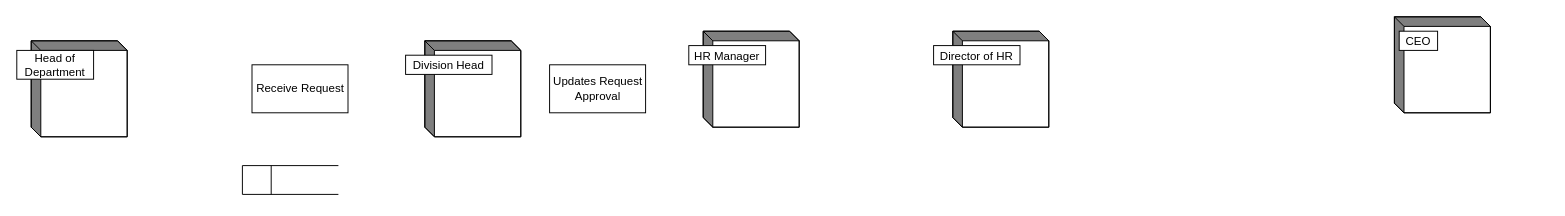
This is BCCKdataflow.drawio from LastMinuteBanter/DistinctionTaskUML, a draw.io file, before an edit. Source tidied: cells renumbered, new cells numbered last; positions are measured from the earlier drawing's top-left corner, leaving out a move shared by most shapes. Both pictures are drawn from the tidied source at 96%, with x=0, y=0 at pixel (31, 16).
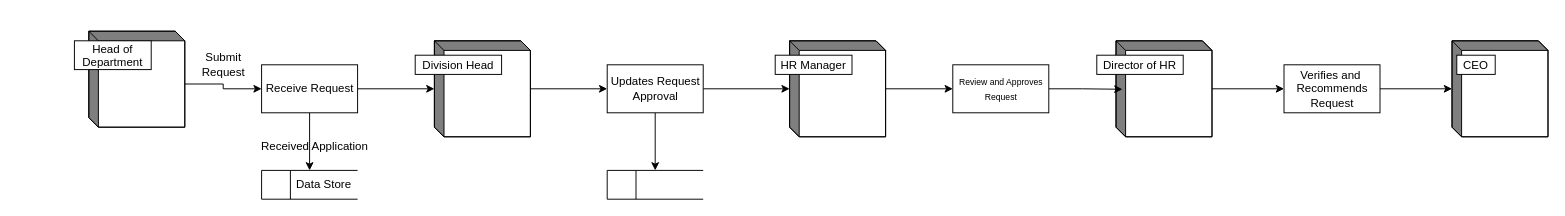
The same diagram, later.

The edit, as a diff of the source:
```diff
@@
     <mxCell id="2" style="html=1;dashed=0;whitespace=wrap;shape=mxgraph.dfd.dataStoreID;align=left;spacingLeft=3;points=[[0,0],[0.5,0],[1,0],[0,0.5],[1,0.5],[0,1],[0.5,1],[1,1]];" parent="1" vertex="1">
-      <mxGeometry x="220" y="155" width="100" height="30" as="geometry" />
+      <mxGeometry x="240" y="160" width="100" height="30" as="geometry" />
     </mxCell>
+    <mxCell id="15" style="edgeStyle=orthogonalEdgeStyle;rounded=0;jettySize=auto;html=1;exitX=0;exitY=0;exitDx=100;exitDy=55;exitPerimeter=0;" parent="1" edge="1" source="3" target="5">
+      <mxGeometry relative="1" as="geometry" />
+    </mxCell>
     <mxCell id="3" style="html=1;dashed=0;whitespace=wrap;shape=mxgraph.dfd.externalEntity;" parent="1" vertex="1">
-      <mxGeometry y="25" width="100" height="100" as="geometry" />
+      <mxGeometry x="60" y="15" width="100" height="100" as="geometry" />
     </mxCell>
@@
+    <mxCell id="16" style="edgeStyle=orthogonalEdgeStyle;rounded=0;jettySize=auto;html=1;" parent="1" edge="1" source="5" target="6">
+      <mxGeometry relative="1" as="geometry" />
+    </mxCell>
+    <mxCell id="17" style="edgeStyle=orthogonalEdgeStyle;rounded=0;jettySize=auto;html=1;entryX=0.5;entryY=0;entryDx=0;entryDy=0;" parent="1" edge="1" source="5" target="2">
+      <mxGeometry relative="1" as="geometry" />
+    </mxCell>
     <mxCell id="5" value="Receive Request" style="html=1;dashed=0;whitespace=wrap;" parent="1" vertex="1">
-      <mxGeometry x="230" y="50" width="100" height="50" as="geometry" />
+      <mxGeometry x="240" y="50" width="100" height="50" as="geometry" />
     </mxCell>
+    <mxCell id="18" style="edgeStyle=orthogonalEdgeStyle;rounded=0;jettySize=auto;html=1;entryX=0;entryY=0.5;entryDx=0;entryDy=0;" parent="1" edge="1" source="6" target="14">
+      <mxGeometry relative="1" as="geometry" />
+    </mxCell>
     <mxCell id="6" style="html=1;dashed=0;whitespace=wrap;shape=mxgraph.dfd.externalEntity;" parent="1" vertex="1">
-      <mxGeometry x="410" y="25" width="100" height="100" as="geometry" />
+      <mxGeometry x="420" y="25" width="100" height="100" as="geometry" />
     </mxCell>
@@
+    <mxCell id="19" style="edgeStyle=orthogonalEdgeStyle;rounded=0;jettySize=auto;html=1;entryX=0;entryY=0.5;entryDx=0;entryDy=0;" parent="1" edge="1" source="8" target="24">
+      <mxGeometry relative="1" as="geometry" />
+    </mxCell>
     <mxCell id="8" style="html=1;dashed=0;whitespace=wrap;shape=mxgraph.dfd.externalEntity;" parent="1" vertex="1">
-      <mxGeometry x="700" y="15" width="100" height="100" as="geometry" />
+      <mxGeometry x="790" y="25" width="100" height="100" as="geometry" />
     </mxCell>
@@
+    <mxCell id="20" style="edgeStyle=orthogonalEdgeStyle;rounded=0;jettySize=auto;html=1;entryX=0;entryY=0.5;entryDx=0;entryDy=0;" parent="1" edge="1" source="10" target="27">
+      <mxGeometry relative="1" as="geometry" />
+    </mxCell>
     <mxCell id="10" style="html=1;dashed=0;whitespace=wrap;shape=mxgraph.dfd.externalEntity;" parent="1" vertex="1">
-      <mxGeometry x="960" y="15" width="100" height="100" as="geometry" />
+      <mxGeometry x="1130" y="25" width="100" height="100" as="geometry" />
     </mxCell>
@@
     <mxCell id="12" style="html=1;dashed=0;whitespace=wrap;shape=mxgraph.dfd.externalEntity;" parent="1" vertex="1">
-      <mxGeometry x="1420" width="100" height="100" as="geometry" />
+      <mxGeometry x="1480" y="25" width="100" height="100" as="geometry" />
     </mxCell>
@@
+    <mxCell id="21" style="edgeStyle=orthogonalEdgeStyle;rounded=0;jettySize=auto;html=1;" parent="1" edge="1" source="14" target="8">
+      <mxGeometry relative="1" as="geometry" />
+    </mxCell>
+    <mxCell id="22" style="edgeStyle=orthogonalEdgeStyle;rounded=0;jettySize=auto;html=1;entryX=0.5;entryY=0;entryDx=0;entryDy=0;" parent="1" edge="1" source="14" target="29">
+      <mxGeometry relative="1" as="geometry" />
+    </mxCell>
     <mxCell id="14" value="Updates Request &lt;br&gt;Approval" style="html=1;dashed=0;whitespace=wrap;" parent="1" vertex="1">
-      <mxGeometry x="540" y="50" width="100" height="50" as="geometry" />
+      <mxGeometry x="600" y="50" width="100" height="50" as="geometry" />
     </mxCell>
+    <mxCell id="23" style="edgeStyle=orthogonalEdgeStyle;rounded=0;jettySize=auto;html=1;entryX=0.067;entryY=0.505;entryDx=0;entryDy=0;entryPerimeter=0;" parent="1" edge="1" source="24" target="10">
+      <mxGeometry relative="1" as="geometry" />
+    </mxCell>
+    <mxCell id="24" value="&lt;font style=&quot;font-size: 9px&quot;&gt;Review and Approves&lt;br&gt;Request&lt;/font&gt;" style="html=1;dashed=0;whitespace=wrap;" parent="1" vertex="1">
+      <mxGeometry x="960" y="50" width="100" height="50" as="geometry" />
+    </mxCell>
+    <mxCell id="25" value="Submit&lt;br&gt;Request" style="text;html=1;align=center;verticalAlign=middle;" parent="1" vertex="1">
+      <mxGeometry x="170" y="35" width="60" height="30" as="geometry" />
+    </mxCell>
+    <mxCell id="26" style="edgeStyle=orthogonalEdgeStyle;rounded=0;jettySize=auto;html=1;" parent="1" edge="1" source="27" target="12">
+      <mxGeometry relative="1" as="geometry" />
+    </mxCell>
+    <mxCell id="27" value="Verifies and&amp;nbsp;&lt;br&gt;Recommends&lt;br&gt;Request" style="html=1;dashed=0;whitespace=wrap;" parent="1" vertex="1">
+      <mxGeometry x="1305" y="50" width="100" height="50" as="geometry" />
+    </mxCell>
+    <mxCell id="28" value="Data Store" style="text;html=1;strokeColor=none;fillColor=none;align=center;verticalAlign=middle;whiteSpace=wrap;rounded=0;" parent="1" vertex="1">
+      <mxGeometry x="270" y="165" width="70" height="20" as="geometry" />
+    </mxCell>
+    <mxCell id="29" style="html=1;dashed=0;whitespace=wrap;shape=mxgraph.dfd.dataStoreID;align=left;spacingLeft=3;points=[[0,0],[0.5,0],[1,0],[0,0.5],[1,0.5],[0,1],[0.5,1],[1,1]];" parent="1" vertex="1">
+      <mxGeometry x="600" y="160" width="100" height="30" as="geometry" />
+    </mxCell>
+    <mxCell id="30" value="Received Application" style="text;html=1;align=center;verticalAlign=middle;" parent="1" vertex="1">
+      <mxGeometry x="230" y="125" width="130" height="20" as="geometry" />
+    </mxCell>
```
